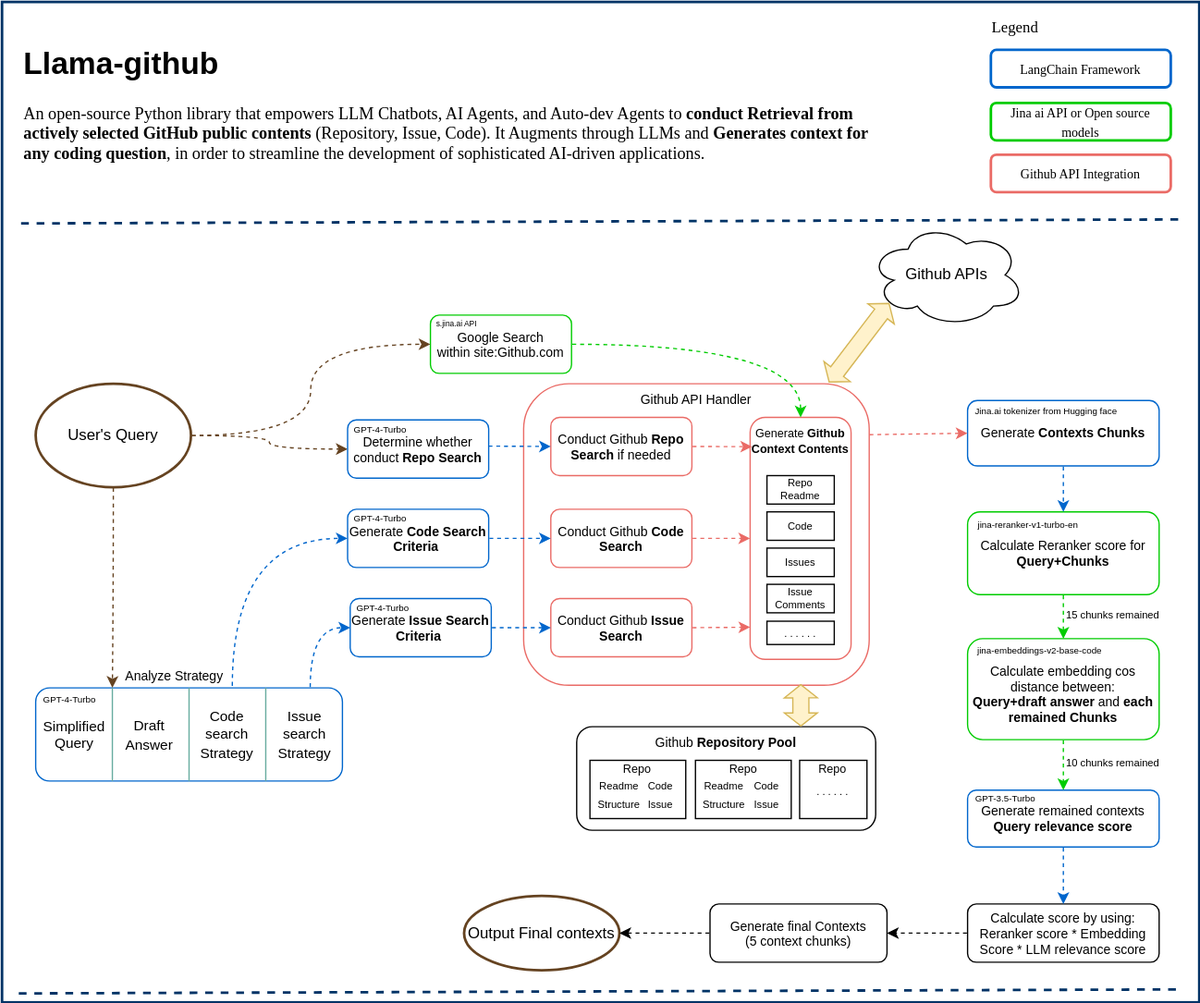
JetXu-LLM/llama-github keeps this draw.io diagram as docs/high_level_architecture.drawio.svg. Above is the earlier version. Source tidied: cells renumbered, new cells last; positions are measured from the earlier drawing's top-left corner, leaving out a move shared by most shapes.
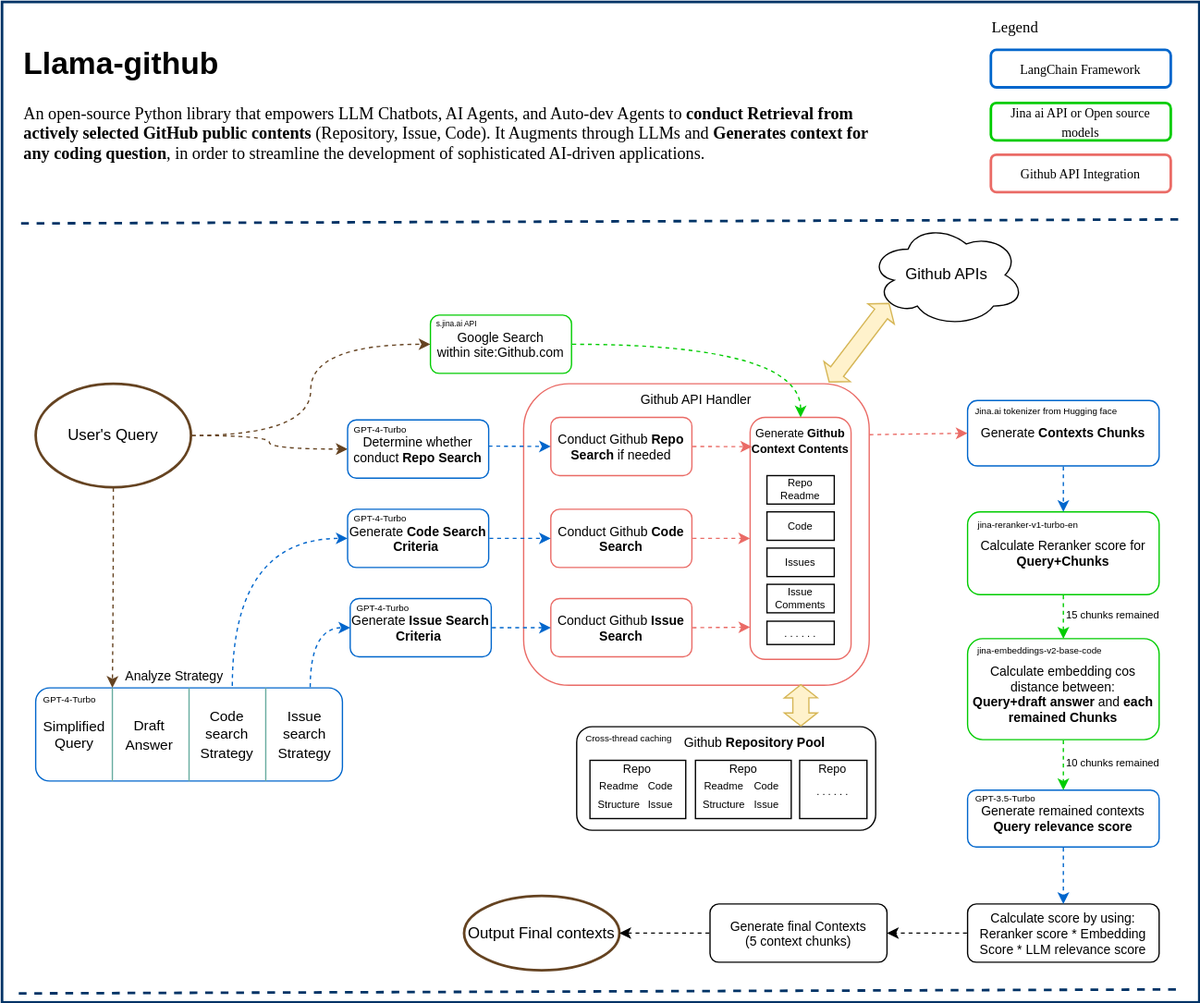
After the commit.

Diff of the diagram source:
```diff
@@ -89,7 +89,7 @@
     <mxCell id="30" style="endArrow=classic;html=1;rounded=0;entryX=0;entryY=0.5;entryDx=0;entryDy=0;exitX=1;exitY=0.5;exitDx=0;exitDy=0;dashed=1;flowAnimation=1;strokeColor=#0066CC;flowAnimationDuration=1000;" parent="1" edge="1" source="14" target="28">
       <mxGeometry relative="1" as="geometry" />
     </mxCell>
-    <mxCell id="31" value="&lt;font style=&quot;font-size: 10px;&quot;&gt;Github &lt;b&gt;Repository Pool&lt;/b&gt;&lt;/font&gt;" style="rounded=1;whiteSpace=wrap;html=1;verticalAlign=top;labelPosition=center;verticalLabelPosition=middle;align=center;strokeColor=#000000;fontSize=10;" parent="1" vertex="1">
+    <mxCell id="31" value="&lt;font style=&quot;font-size: 10px;&quot;&gt;&amp;nbsp; &amp;nbsp; &amp;nbsp; &amp;nbsp; &amp;nbsp; &amp;nbsp; &amp;nbsp; &amp;nbsp; Github &lt;b&gt;Repository Pool&lt;/b&gt;&lt;/font&gt;" style="rounded=1;whiteSpace=wrap;html=1;verticalAlign=top;labelPosition=center;verticalLabelPosition=middle;align=center;strokeColor=#000000;fontSize=10;" parent="1" vertex="1">
       <mxGeometry x="444" y="560" width="231" height="80" as="geometry" />
     </mxCell>
     <mxCell id="32" style="shape=flexArrow;endArrow=classic;startArrow=classic;html=1;rounded=0;exitX=0.75;exitY=0;exitDx=0;exitDy=0;width=12.413793103448276;endSize=3.0413793103448277;startWidth=12.128418549346016;startSize=3.0413793103448277;endWidth=12.128418549346016;fillColor=#fff2cc;strokeColor=#d6b656;entryX=0.802;entryY=0.996;entryDx=0;entryDy=0;entryPerimeter=0;" parent="1" edge="1" source="31" target="4">
@@ -264,5 +264,8 @@
     <mxCell id="85" value="&lt;h1 style=&quot;margin-top: 0px;&quot;&gt;Llama-github&lt;/h1&gt;&lt;p style=&quot;font-size: 13px; padding-left: 0px; padding-right: 0px;&quot;&gt;&lt;font face=&quot;Verdana&quot; style=&quot;font-size: 13px;&quot;&gt;An open-source Python library that empowers LLM Chatbots, AI Agents, and Auto-dev Agents to &lt;b style=&quot;&quot;&gt;conduct&lt;/b&gt; &lt;b style=&quot;&quot;&gt;Retrieval from actively selected GitHub public contents&lt;/b&gt; (Repository, Issue, Code). It Augments through LLMs and &lt;b style=&quot;&quot;&gt;Generates context for any coding question&lt;/b&gt;, in order to streamline the development of sophisticated AI-driven applications.&lt;/font&gt;&lt;/p&gt;" style="text;html=1;whiteSpace=wrap;overflow=hidden;rounded=0;" parent="1" vertex="1">
       <mxGeometry x="15" y="27" width="655" height="120" as="geometry" />
     </mxCell>
+    <mxCell id="86" value="&lt;font style=&quot;font-size: 7px;&quot;&gt;Cross-thread caching&lt;/font&gt;" style="text;html=1;align=center;verticalAlign=middle;whiteSpace=wrap;rounded=0;" parent="1" vertex="1">
+      <mxGeometry x="444" y="553" width="81" height="30" as="geometry" />
+    </mxCell>
   </root>
 </mxGraphModel>
```
